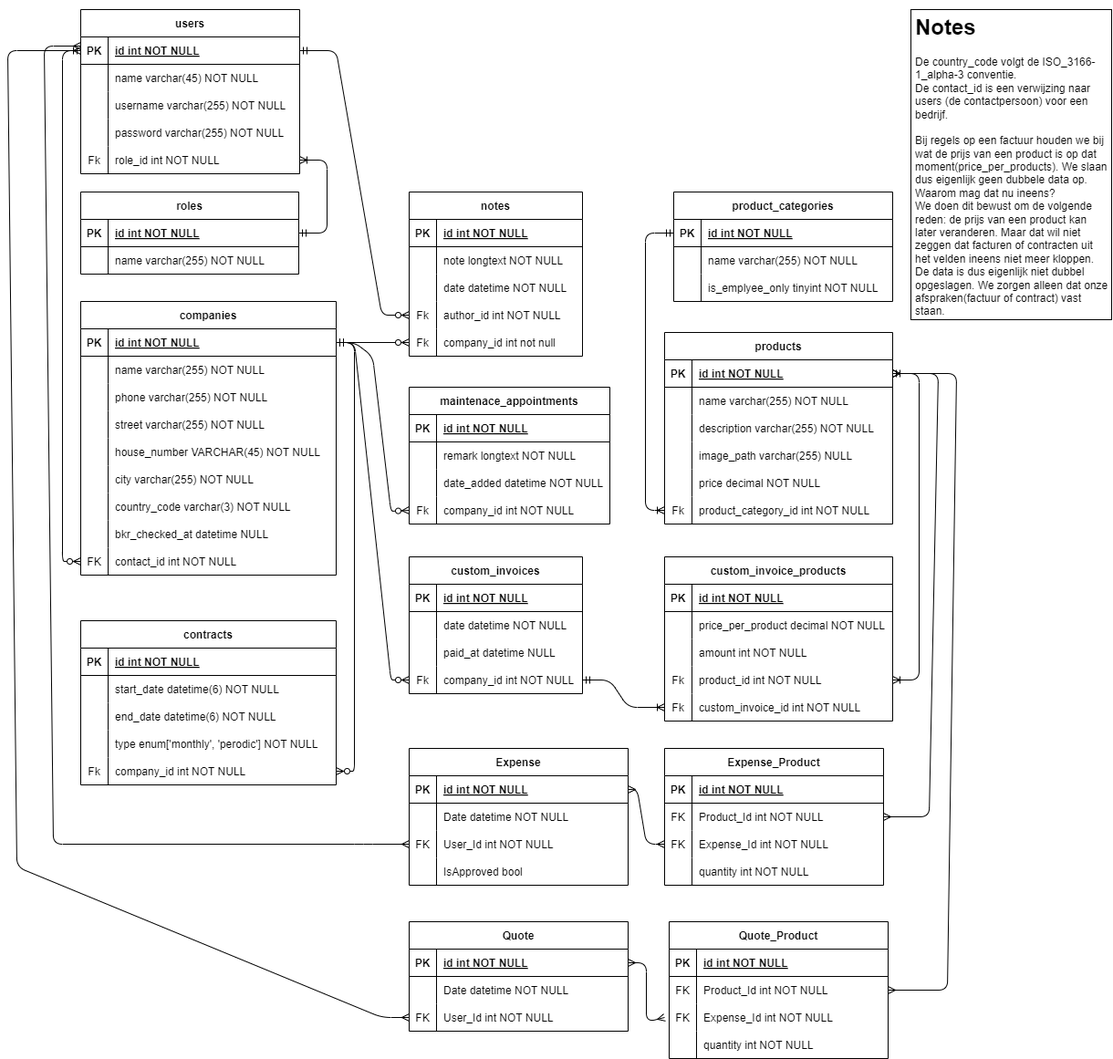
vampirewolfB/E3_Barroc_Intens_Team_Purple keeps this draw.io diagram as erd.drawio.png. Above is the earlier version. Source tidied: cells renumbered, new cells last; positions are measured from the earlier drawing's top-left corner, leaving out a move shared by most shapes.
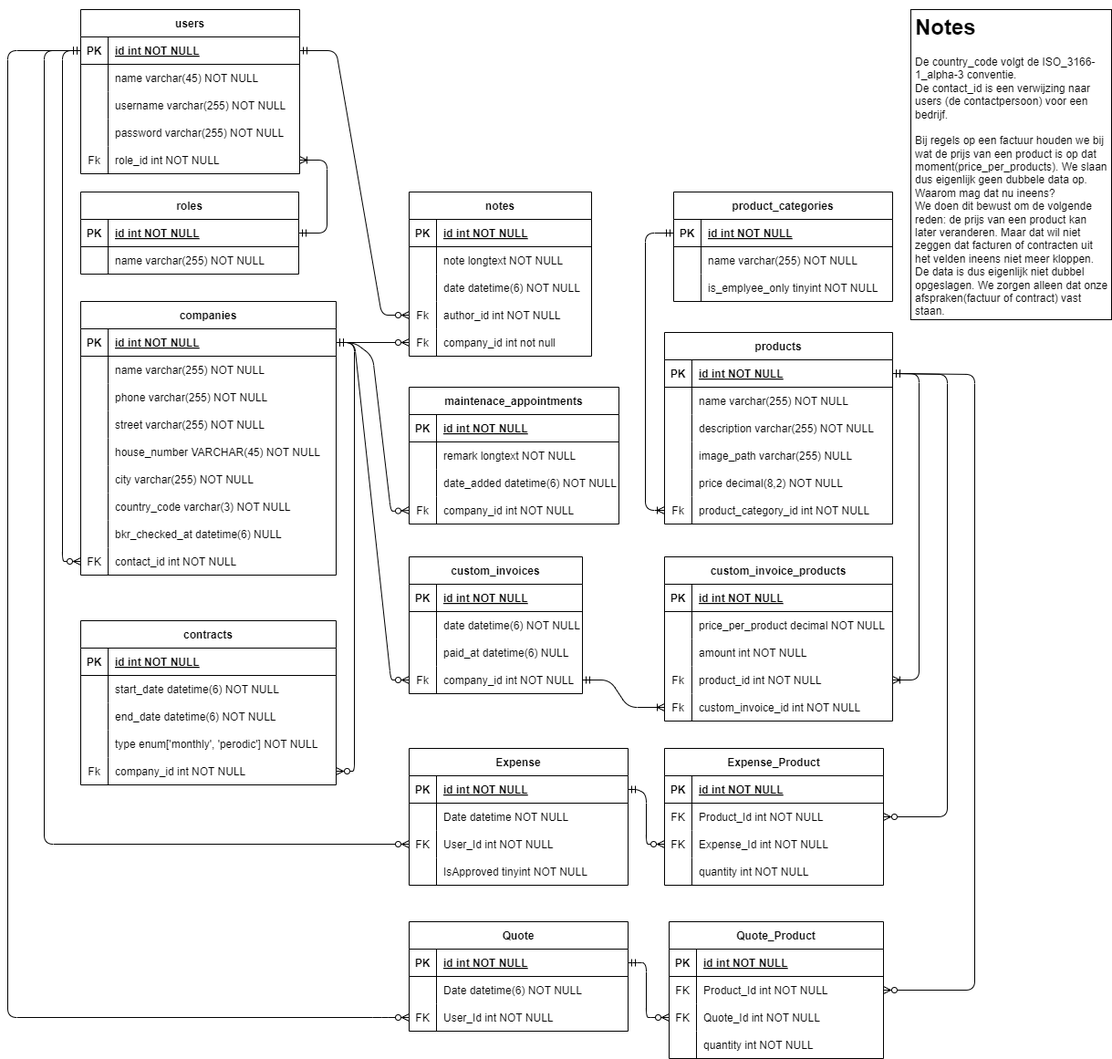
Above is the later version.

Change to the diagram source:
```diff
@@ -124,3 +124,3 @@
     </mxCell>
-    <mxCell id="42" value="bkr_checked_at datetime NULL" style="shape=partialRectangle;overflow=hidden;fillColor=none;align=left;top=0;left=0;bottom=0;right=0;spacingLeft=6;" parent="40" vertex="1">
+    <mxCell id="42" value="bkr_checked_at datetime(6) NULL" style="shape=partialRectangle;overflow=hidden;fillColor=none;align=left;top=0;left=0;bottom=0;right=0;spacingLeft=6;" parent="40" vertex="1">
       <mxGeometry x="30" width="250" height="30" as="geometry" />
@@ -137,6 +137,6 @@
     <mxCell id="46" value="notes" style="shape=table;startSize=30;rowLines=0;fontStyle=1;align=center;" parent="1" vertex="1">
-      <mxGeometry x="440" y="200" width="190" height="180" as="geometry" />
+      <mxGeometry x="440" y="200" width="200" height="180" as="geometry" />
     </mxCell>
     <mxCell id="47" style="shape=tableRow;horizontal=0;startSize=0;swimlaneHead=0;swimlaneBody=0;fillColor=none;top=0;left=0;right=0;bottom=1;" parent="46" vertex="1">
-      <mxGeometry y="30" width="190" height="30" as="geometry" />
+      <mxGeometry y="30" width="200" height="30" as="geometry" />
     </mxCell>
@@ -146,6 +146,6 @@
     <mxCell id="49" value="id int NOT NULL " style="shape=partialRectangle;overflow=hidden;fillColor=none;align=left;top=0;left=0;bottom=0;right=0;spacingLeft=6;fontStyle=5;" parent="47" vertex="1">
-      <mxGeometry x="30" width="160" height="30" as="geometry" />
+      <mxGeometry x="30" width="170" height="30" as="geometry" />
     </mxCell>
     <mxCell id="50" style="shape=tableRow;horizontal=0;startSize=0;swimlaneHead=0;swimlaneBody=0;fillColor=none;top=0;left=0;right=0;bottom=0;" parent="46" vertex="1">
-      <mxGeometry y="60" width="190" height="30" as="geometry" />
+      <mxGeometry y="60" width="200" height="30" as="geometry" />
     </mxCell>
@@ -155,6 +155,6 @@
     <mxCell id="52" value="note longtext NOT NULL" style="shape=partialRectangle;overflow=hidden;fillColor=none;align=left;top=0;left=0;bottom=0;right=0;spacingLeft=6;" parent="50" vertex="1">
-      <mxGeometry x="30" width="160" height="30" as="geometry" />
+      <mxGeometry x="30" width="170" height="30" as="geometry" />
     </mxCell>
     <mxCell id="53" style="shape=tableRow;horizontal=0;startSize=0;swimlaneHead=0;swimlaneBody=0;fillColor=none;top=0;left=0;right=0;bottom=0;" parent="46" vertex="1">
-      <mxGeometry y="90" width="190" height="30" as="geometry" />
+      <mxGeometry y="90" width="200" height="30" as="geometry" />
     </mxCell>
@@ -163,7 +163,7 @@
     </mxCell>
-    <mxCell id="55" value="date datetime NOT NULL" style="shape=partialRectangle;overflow=hidden;fillColor=none;align=left;top=0;left=0;bottom=0;right=0;spacingLeft=6;" parent="53" vertex="1">
-      <mxGeometry x="30" width="160" height="30" as="geometry" />
+    <mxCell id="55" value="date datetime(6) NOT NULL" style="shape=partialRectangle;overflow=hidden;fillColor=none;align=left;top=0;left=0;bottom=0;right=0;spacingLeft=6;" parent="53" vertex="1">
+      <mxGeometry x="30" width="170" height="30" as="geometry" />
     </mxCell>
     <mxCell id="56" style="shape=tableRow;horizontal=0;startSize=0;swimlaneHead=0;swimlaneBody=0;fillColor=none;points=[[0,0.5],[1,0.5]];portConstraint=eastwest;top=0;left=0;right=0;bottom=0;" parent="46" vertex="1">
-      <mxGeometry y="120" width="190" height="30" as="geometry" />
+      <mxGeometry y="120" width="200" height="30" as="geometry" />
     </mxCell>
@@ -173,6 +173,6 @@
     <mxCell id="58" value="author_id int NOT NULL" style="shape=partialRectangle;overflow=hidden;fillColor=none;align=left;top=0;left=0;bottom=0;right=0;spacingLeft=6;" parent="56" vertex="1">
-      <mxGeometry x="30" width="160" height="30" as="geometry" />
+      <mxGeometry x="30" width="170" height="30" as="geometry" />
     </mxCell>
     <mxCell id="59" style="shape=tableRow;horizontal=0;startSize=0;swimlaneHead=0;swimlaneBody=0;fillColor=none;points=[[0,0.5],[1,0.5]];portConstraint=eastwest;top=0;left=0;right=0;bottom=0;" parent="46" vertex="1">
-      <mxGeometry y="150" width="190" height="30" as="geometry" />
+      <mxGeometry y="150" width="200" height="30" as="geometry" />
     </mxCell>
@@ -182,9 +182,9 @@
     <mxCell id="61" value="company_id int not null" style="shape=partialRectangle;overflow=hidden;fillColor=none;align=left;top=0;left=0;bottom=0;right=0;spacingLeft=6;" parent="59" vertex="1">
-      <mxGeometry x="30" width="160" height="30" as="geometry" />
+      <mxGeometry x="30" width="170" height="30" as="geometry" />
     </mxCell>
     <mxCell id="62" value="maintenace_appointments" style="shape=table;startSize=30;rowLines=0;fontStyle=1;align=center;" parent="1" vertex="1">
-      <mxGeometry x="440" y="414" width="220" height="150" as="geometry" />
+      <mxGeometry x="440" y="414" width="230" height="150" as="geometry" />
     </mxCell>
     <mxCell id="63" style="shape=tableRow;horizontal=0;startSize=0;swimlaneHead=0;swimlaneBody=0;fillColor=none;top=0;left=0;right=0;bottom=1;" parent="62" vertex="1">
-      <mxGeometry y="30" width="220" height="30" as="geometry" />
+      <mxGeometry y="30" width="230" height="30" as="geometry" />
     </mxCell>
@@ -194,6 +194,6 @@
     <mxCell id="65" value="id int NOT NULL " style="shape=partialRectangle;overflow=hidden;fillColor=none;align=left;top=0;left=0;bottom=0;right=0;spacingLeft=6;fontStyle=5;" parent="63" vertex="1">
-      <mxGeometry x="30" width="190" height="30" as="geometry" />
+      <mxGeometry x="30" width="200" height="30" as="geometry" />
     </mxCell>
     <mxCell id="66" style="shape=tableRow;horizontal=0;startSize=0;swimlaneHead=0;swimlaneBody=0;fillColor=none;top=0;left=0;right=0;bottom=0;" parent="62" vertex="1">
-      <mxGeometry y="60" width="220" height="30" as="geometry" />
+      <mxGeometry y="60" width="230" height="30" as="geometry" />
     </mxCell>
@@ -203,6 +203,6 @@
     <mxCell id="68" value="remark longtext NOT NULL" style="shape=partialRectangle;overflow=hidden;fillColor=none;align=left;top=0;left=0;bottom=0;right=0;spacingLeft=6;" parent="66" vertex="1">
-      <mxGeometry x="30" width="190" height="30" as="geometry" />
+      <mxGeometry x="30" width="200" height="30" as="geometry" />
     </mxCell>
     <mxCell id="69" style="shape=tableRow;horizontal=0;startSize=0;swimlaneHead=0;swimlaneBody=0;fillColor=none;top=0;left=0;right=0;bottom=0;" parent="62" vertex="1">
-      <mxGeometry y="90" width="220" height="30" as="geometry" />
+      <mxGeometry y="90" width="230" height="30" as="geometry" />
     </mxCell>
@@ -211,7 +211,7 @@
     </mxCell>
-    <mxCell id="71" value="date_added datetime NOT NULL" style="shape=partialRectangle;overflow=hidden;fillColor=none;align=left;top=0;left=0;bottom=0;right=0;spacingLeft=6;" parent="69" vertex="1">
-      <mxGeometry x="30" width="190" height="30" as="geometry" />
+    <mxCell id="71" value="date_added datetime(6) NOT NULL" style="shape=partialRectangle;overflow=hidden;fillColor=none;align=left;top=0;left=0;bottom=0;right=0;spacingLeft=6;" parent="69" vertex="1">
+      <mxGeometry x="30" width="200" height="30" as="geometry" />
     </mxCell>
     <mxCell id="72" style="shape=tableRow;horizontal=0;startSize=0;swimlaneHead=0;swimlaneBody=0;fillColor=none;points=[[0,0.5],[1,0.5]];portConstraint=eastwest;top=0;left=0;right=0;bottom=0;" parent="62" vertex="1">
-      <mxGeometry y="120" width="220" height="30" as="geometry" />
+      <mxGeometry y="120" width="230" height="30" as="geometry" />
     </mxCell>
@@ -221,3 +221,3 @@
     <mxCell id="74" value="company_id int NOT NULL" style="shape=partialRectangle;overflow=hidden;fillColor=none;align=left;top=0;left=0;bottom=0;right=0;spacingLeft=6;" parent="72" vertex="1">
-      <mxGeometry x="30" width="190" height="30" as="geometry" />
+      <mxGeometry x="30" width="200" height="30" as="geometry" />
     </mxCell>
@@ -241,3 +241,3 @@
     </mxCell>
-    <mxCell id="81" value="date datetime NOT NULL" style="shape=partialRectangle;overflow=hidden;fillColor=none;align=left;top=0;left=0;bottom=0;right=0;spacingLeft=6;" parent="79" vertex="1">
+    <mxCell id="81" value="date datetime(6) NOT NULL" style="shape=partialRectangle;overflow=hidden;fillColor=none;align=left;top=0;left=0;bottom=0;right=0;spacingLeft=6;" parent="79" vertex="1">
       <mxGeometry x="30" width="160" height="30" as="geometry" />
@@ -250,3 +250,3 @@
     </mxCell>
-    <mxCell id="84" value="paid_at datetime NULL" style="shape=partialRectangle;overflow=hidden;fillColor=none;align=left;top=0;left=0;bottom=0;right=0;spacingLeft=6;" parent="82" vertex="1">
+    <mxCell id="84" value="paid_at datetime(6) NULL" style="shape=partialRectangle;overflow=hidden;fillColor=none;align=left;top=0;left=0;bottom=0;right=0;spacingLeft=6;" parent="82" vertex="1">
       <mxGeometry x="30" width="160" height="30" as="geometry" />
@@ -355,3 +355,3 @@
     </mxCell>
-    <mxCell id="119" value="price decimal NOT NULL" style="shape=partialRectangle;overflow=hidden;fillColor=none;align=left;top=0;left=0;bottom=0;right=0;spacingLeft=6;" parent="117" vertex="1">
+    <mxCell id="119" value="price decimal(8,2) NOT NULL" style="shape=partialRectangle;overflow=hidden;fillColor=none;align=left;top=0;left=0;bottom=0;right=0;spacingLeft=6;" parent="117" vertex="1">
       <mxGeometry x="30" width="220" height="30" as="geometry" />
@@ -581,3 +581,3 @@
     </mxCell>
-    <mxCell id="179" value="IsApproved bool" style="shape=partialRectangle;overflow=hidden;fillColor=none;align=left;top=0;left=0;bottom=0;right=0;spacingLeft=6;" parent="177" vertex="1">
+    <mxCell id="179" value="IsApproved tinyint NOT NULL" style="shape=partialRectangle;overflow=hidden;fillColor=none;align=left;top=0;left=0;bottom=0;right=0;spacingLeft=6;" parent="177" vertex="1">
       <mxGeometry x="30" width="210" height="30" as="geometry" />
@@ -623,10 +623,2 @@
     </mxCell>
-    <mxCell id="193" style="edgeStyle=none;html=1;exitX=1;exitY=0.5;exitDx=0;exitDy=0;entryX=0;entryY=0.5;entryDx=0;entryDy=0;endArrow=ERmany;endFill=0;startArrow=ERmany;startFill=0;rounded=1;" parent="1" edge="1" source="168" target="187">
-      <mxGeometry relative="1" as="geometry">
-        <Array as="points">
-          <mxPoint x="690" y="855" />
-          <mxPoint x="700" y="915" />
-        </Array>
-      </mxGeometry>
-    </mxCell>
     <mxCell id="194" style="shape=tableRow;horizontal=0;startSize=0;swimlaneHead=0;swimlaneBody=0;fillColor=none;points=[[0,0.5],[1,0.5]];portConstraint=eastwest;top=0;left=0;right=0;bottom=0;" parent="1" vertex="1">
@@ -634,29 +626,2 @@
     </mxCell>
-    <mxCell id="195" style="edgeStyle=none;rounded=1;html=1;exitX=1;exitY=0.5;exitDx=0;exitDy=0;entryX=0;entryY=0.5;entryDx=0;entryDy=0;startArrow=ERmany;startFill=0;endArrow=ERmany;endFill=0;" parent="1" edge="1" target="194">
-      <mxGeometry relative="1" as="geometry">
-        <mxPoint x="680" y="1045" as="sourcePoint" />
-        <Array as="points">
-          <mxPoint x="700" y="1045" />
-          <mxPoint x="700" y="1110" />
-        </Array>
-      </mxGeometry>
-    </mxCell>
-    <mxCell id="196" style="edgeStyle=none;html=1;exitX=1;exitY=0.5;exitDx=0;exitDy=0;entryX=1;entryY=0.5;entryDx=0;entryDy=0;startArrow=ERmany;startFill=0;endArrow=ERmany;endFill=0;" parent="1" edge="1" source="184" target="105">
-      <mxGeometry relative="1" as="geometry">
-        <Array as="points">
-          <mxPoint x="1010" y="885" />
-          <mxPoint x="1020" y="399" />
-        </Array>
-      </mxGeometry>
-    </mxCell>
-    <mxCell id="197" style="edgeStyle=none;html=1;exitX=0;exitY=0.5;exitDx=0;exitDy=0;startArrow=ERmany;startFill=0;endArrow=ERmany;endFill=0;" parent="1" edge="1" source="174">
-      <mxGeometry relative="1" as="geometry">
-        <mxPoint x="80" y="40" as="targetPoint" />
-        <Array as="points">
-          <mxPoint x="390" y="915" />
-          <mxPoint x="50" y="915" />
-          <mxPoint x="40" y="40" />
-        </Array>
-      </mxGeometry>
-    </mxCell>
     <mxCell id="198" value="Quote" style="shape=table;startSize=30;rowLines=0;fontStyle=1;align=center;" parent="1" vertex="1">
@@ -679,3 +644,3 @@
     </mxCell>
-    <mxCell id="204" value="Date datetime NOT NULL" style="shape=partialRectangle;overflow=hidden;fillColor=none;align=left;top=0;left=0;bottom=0;right=0;spacingLeft=6;" parent="202" vertex="1">
+    <mxCell id="204" value="Date datetime(6) NOT NULL" style="shape=partialRectangle;overflow=hidden;fillColor=none;align=left;top=0;left=0;bottom=0;right=0;spacingLeft=6;" parent="202" vertex="1">
       <mxGeometry x="30" width="210" height="30" as="geometry" />
@@ -692,6 +657,6 @@
     <mxCell id="208" value="Quote_Product" style="shape=table;startSize=30;rowLines=0;fontStyle=1;align=center;" parent="1" vertex="1">
-      <mxGeometry x="725" y="1000" width="240" height="150" as="geometry" />
+      <mxGeometry x="725" y="1000" width="235" height="150" as="geometry" />
     </mxCell>
     <mxCell id="209" style="shape=tableRow;horizontal=0;startSize=0;swimlaneHead=0;swimlaneBody=0;fillColor=none;top=0;left=0;right=0;bottom=1;" parent="208" vertex="1">
-      <mxGeometry y="30" width="240" height="30" as="geometry" />
+      <mxGeometry y="30" width="235" height="30" as="geometry" />
     </mxCell>
@@ -701,6 +666,6 @@
     <mxCell id="211" value="id int NOT NULL " style="shape=partialRectangle;overflow=hidden;fillColor=none;align=left;top=0;left=0;bottom=0;right=0;spacingLeft=6;fontStyle=5;" parent="209" vertex="1">
-      <mxGeometry x="30" width="210" height="30" as="geometry" />
+      <mxGeometry x="30" width="205" height="30" as="geometry" />
     </mxCell>
     <mxCell id="212" style="shape=tableRow;horizontal=0;startSize=0;swimlaneHead=0;swimlaneBody=0;fillColor=none;points=[[0,0.5],[1,0.5]];portConstraint=eastwest;top=0;left=0;right=0;bottom=0;" parent="208" vertex="1">
-      <mxGeometry y="60" width="240" height="30" as="geometry" />
+      <mxGeometry y="60" width="235" height="30" as="geometry" />
     </mxCell>
@@ -710,6 +675,6 @@
     <mxCell id="214" value="Product_Id int NOT NULL" style="shape=partialRectangle;overflow=hidden;fillColor=none;align=left;top=0;left=0;bottom=0;right=0;spacingLeft=6;" parent="212" vertex="1">
-      <mxGeometry x="30" width="210" height="30" as="geometry" />
+      <mxGeometry x="30" width="205" height="30" as="geometry" />
     </mxCell>
     <mxCell id="215" style="shape=tableRow;horizontal=0;startSize=0;swimlaneHead=0;swimlaneBody=0;fillColor=none;points=[[0,0.5],[1,0.5]];portConstraint=eastwest;top=0;left=0;right=0;bottom=0;" parent="208" vertex="1">
-      <mxGeometry y="90" width="240" height="30" as="geometry" />
+      <mxGeometry y="90" width="235" height="30" as="geometry" />
     </mxCell>
@@ -718,7 +683,7 @@
     </mxCell>
-    <mxCell id="217" value="Expense_Id int NOT NULL" style="shape=partialRectangle;overflow=hidden;fillColor=none;align=left;top=0;left=0;bottom=0;right=0;spacingLeft=6;" parent="215" vertex="1">
-      <mxGeometry x="30" width="210" height="30" as="geometry" />
+    <mxCell id="217" value="Quote_Id int NOT NULL" style="shape=partialRectangle;overflow=hidden;fillColor=none;align=left;top=0;left=0;bottom=0;right=0;spacingLeft=6;" parent="215" vertex="1">
+      <mxGeometry x="30" width="205" height="30" as="geometry" />
     </mxCell>
     <mxCell id="218" style="shape=tableRow;horizontal=0;startSize=0;swimlaneHead=0;swimlaneBody=0;fillColor=none;top=0;left=0;right=0;bottom=0;" parent="208" vertex="1">
-      <mxGeometry y="120" width="240" height="30" as="geometry" />
+      <mxGeometry y="120" width="235" height="30" as="geometry" />
     </mxCell>
@@ -728,5 +693,5 @@
     <mxCell id="220" value="quantity int NOT NULL" style="shape=partialRectangle;overflow=hidden;fillColor=none;align=left;top=0;left=0;bottom=0;right=0;spacingLeft=6;" parent="218" vertex="1">
-      <mxGeometry x="30" width="210" height="30" as="geometry" />
+      <mxGeometry x="30" width="205" height="30" as="geometry" />
     </mxCell>
-    <mxCell id="221" style="edgeStyle=none;html=1;exitX=0;exitY=0.5;exitDx=0;exitDy=0;entryX=0;entryY=0.5;entryDx=0;entryDy=0;startArrow=ERmany;startFill=0;endArrow=ERmany;endFill=0;" parent="1" edge="1" source="205" target="3">
+    <mxCell id="221" style="edgeStyle=none;html=1;exitX=0;exitY=0.5;exitDx=0;exitDy=0;entryX=0;entryY=0.5;entryDx=0;entryDy=0;startArrow=ERzeroToMany;startFill=0;endArrow=ERmandOne;endFill=0;" parent="1" edge="1" source="205" target="3">
       <mxGeometry relative="1" as="geometry">
@@ -734,3 +699,3 @@
           <mxPoint x="410" y="1105" />
-          <mxPoint x="10" y="940" />
+          <mxPoint y="1105" />
           <mxPoint y="45" />
@@ -739,7 +704,34 @@
     </mxCell>
+    <mxCell id="223" style="edgeStyle=none;html=1;exitX=0;exitY=0.5;exitDx=0;exitDy=0;entryX=0;entryY=0.5;entryDx=0;entryDy=0;startArrow=ERzeroToMany;startFill=0;endArrow=ERmandOne;endFill=0;" parent="1" edge="1" source="174" target="3">
+      <mxGeometry relative="1" as="geometry">
+        <Array as="points">
+          <mxPoint x="40" y="915" />
+          <mxPoint x="40" y="45" />
+        </Array>
+      </mxGeometry>
+    </mxCell>
+    <mxCell id="224" style="edgeStyle=none;html=1;exitX=0;exitY=0.5;exitDx=0;exitDy=0;entryX=1;entryY=0.5;entryDx=0;entryDy=0;startArrow=ERzeroToMany;startFill=0;endArrow=ERmandOne;endFill=0;" parent="1" edge="1" source="215" target="199">
+      <mxGeometry relative="1" as="geometry">
+        <Array as="points">
+          <mxPoint x="710" y="1105" />
+          <mxPoint x="700" y="1105" />
+          <mxPoint x="700" y="1045" />
+          <mxPoint x="690" y="1045" />
+        </Array>
+      </mxGeometry>
+    </mxCell>
+    <mxCell id="225" style="edgeStyle=none;html=1;exitX=0;exitY=0.5;exitDx=0;exitDy=0;entryX=1;entryY=0.5;entryDx=0;entryDy=0;startArrow=ERzeroToMany;startFill=0;endArrow=ERmandOne;endFill=0;" parent="1" edge="1" source="187" target="168">
+      <mxGeometry relative="1" as="geometry">
+        <Array as="points">
+          <mxPoint x="700" y="915" />
+          <mxPoint x="700" y="860" />
+          <mxPoint x="690" y="855" />
+        </Array>
+      </mxGeometry>
+    </mxCell>
-    <mxCell id="222" style="edgeStyle=none;html=1;exitX=1;exitY=0.5;exitDx=0;exitDy=0;entryX=1;entryY=0.5;entryDx=0;entryDy=0;startArrow=ERmany;startFill=0;endArrow=ERmany;endFill=0;" parent="1" edge="1" source="212" target="105">
+    <mxCell id="222" style="edgeStyle=none;html=1;exitX=1;exitY=0.5;exitDx=0;exitDy=0;entryX=1;entryY=0.5;entryDx=0;entryDy=0;startArrow=ERzeroToMany;startFill=0;endArrow=ERmandOne;endFill=0;" parent="1" edge="1" source="212" target="105">
       <mxGeometry relative="1" as="geometry">
         <Array as="points">
-          <mxPoint x="1030" y="1075" />
-          <mxPoint x="1040" y="399" />
+          <mxPoint x="1060" y="1075" />
+          <mxPoint x="1060" y="400" />
         </Array>
@@ -747,2 +739,10 @@
     </mxCell>
+    <mxCell id="196" style="edgeStyle=none;html=1;exitX=1;exitY=0.5;exitDx=0;exitDy=0;entryX=1;entryY=0.5;entryDx=0;entryDy=0;startArrow=ERzeroToMany;startFill=0;endArrow=ERmandOne;endFill=0;" parent="1" edge="1" source="184" target="105">
+      <mxGeometry relative="1" as="geometry">
+        <Array as="points">
+          <mxPoint x="1030" y="885" />
+          <mxPoint x="1030" y="400" />
+        </Array>
+      </mxGeometry>
+    </mxCell>
   </root>
```
